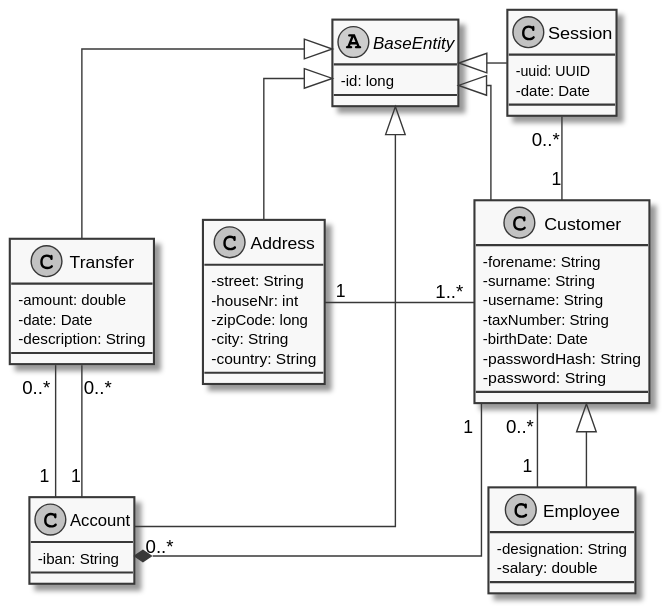
The PlantUML diagram documentation/diagrams/generatedDiagrams/DiagramClass_BankingService.svg in SteffBauer/sw_project, before a commit.
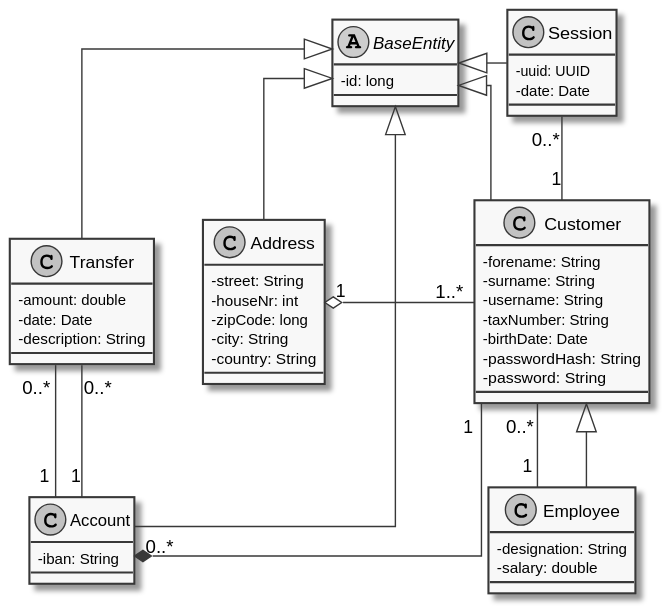
Later version of the same file.

Commit message:
changed customer and address relationship

Diff of the diagram source:
```diff
@@ -48,7 +48,7 @@
 
 Session "0..*" -- "1" Customer
 Customer "1" --* "0..*" Account
-Address "1" - "1..*" Customer
+Address "1" o- "1..*" Customer
 Transfer "0..*" - "1" Account
 Transfer "0..*" - "1" Account
 Customer "0..*" -- "1" Employee
```
